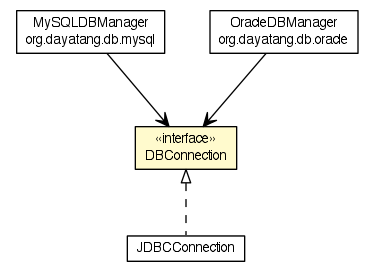
The Graphviz diagram apidocs/org/dayatang/db/DBConnection.png in dayatang/dddlib, before a commit. Its source is kept beside it as apidocs/org/dayatang/db/DBConnection.dot.
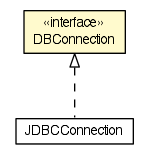
After the change.

The edit, as a diff of the source:
```diff
@@ -4,30 +4,16 @@
 	node [fontname="Helvetica",fontsize=10,shape=plaintext];
 	nodesep=0.25;
 	ranksep=0.5;
-	c34521 [label=<<table title="org.dayatang.db.JDBCConnection" border="0" cellborder="1" cellspacing="0" cellpadding="2" port="p" href="./JDBCConnection.html">
+	c34339 [label=<<table title="org.dayatang.db.JDBCConnection" border="0" cellborder="1" cellspacing="0" cellpadding="2" port="p" href="./JDBCConnection.html">
 		<tr><td><table border="0" cellspacing="0" cellpadding="1">
 <tr><td align="center" balign="center"> JDBCConnection </td></tr>
 		</table></td></tr>
 		</table>>, URL="./JDBCConnection.html", fontname="Helvetica", fontcolor="black", fontsize=10.0];
-	c34524 [label=<<table title="org.dayatang.db.DBConnection" border="0" cellborder="1" cellspacing="0" cellpadding="2" port="p" bgcolor="lemonChiffon" href="./DBConnection.html">
+	c34342 [label=<<table title="org.dayatang.db.DBConnection" border="0" cellborder="1" cellspacing="0" cellpadding="2" port="p" bgcolor="lemonChiffon" href="./DBConnection.html">
 		<tr><td><table border="0" cellspacing="0" cellpadding="1">
 <tr><td align="center" balign="center"> &#171;interface&#187; </td></tr>
 <tr><td align="center" balign="center"> DBConnection </td></tr>
 		</table></td></tr>
 		</table>>, URL="./DBConnection.html", fontname="Helvetica", fontcolor="black", fontsize=10.0];
-	c34527 [label=<<table title="org.dayatang.db.mysql.MySQLDBManager" border="0" cellborder="1" cellspacing="0" cellpadding="2" port="p" href="./mysql/MySQLDBManager.html">
-		<tr><td><table border="0" cellspacing="0" cellpadding="1">
-<tr><td align="center" balign="center"> MySQLDBManager </td></tr>
-<tr><td align="center" balign="center"> org.dayatang.db.mysql </td></tr>
-		</table></td></tr>
-		</table>>, URL="./mysql/MySQLDBManager.html", fontname="Helvetica", fontcolor="black", fontsize=10.0];
-	c34528 [label=<<table title="org.dayatang.db.oracle.OracleDBManager" border="0" cellborder="1" cellspacing="0" cellpadding="2" port="p" href="./oracle/OracleDBManager.html">
-		<tr><td><table border="0" cellspacing="0" cellpadding="1">
-<tr><td align="center" balign="center"> OracleDBManager </td></tr>
-<tr><td align="center" balign="center"> org.dayatang.db.oracle </td></tr>
-		</table></td></tr>
-		</table>>, URL="./oracle/OracleDBManager.html", fontname="Helvetica", fontcolor="black", fontsize=10.0];
-	c34524:p -> c34521:p [dir=back,arrowtail=empty,style=dashed];
-	c34527:p -> c34524:p [taillabel="", label=" "headlabel="", fontname="Helvetica", fontcolor="black", fontsize=10.0, color="black", arrowhead=open];
-	c34528:p -> c34524:p [taillabel="", label=" "headlabel="", fontname="Helvetica", fontcolor="black", fontsize=10.0, color="black", arrowhead=open];
+	c34342:p -> c34339:p [dir=back,arrowtail=empty,style=dashed];
 }
```
